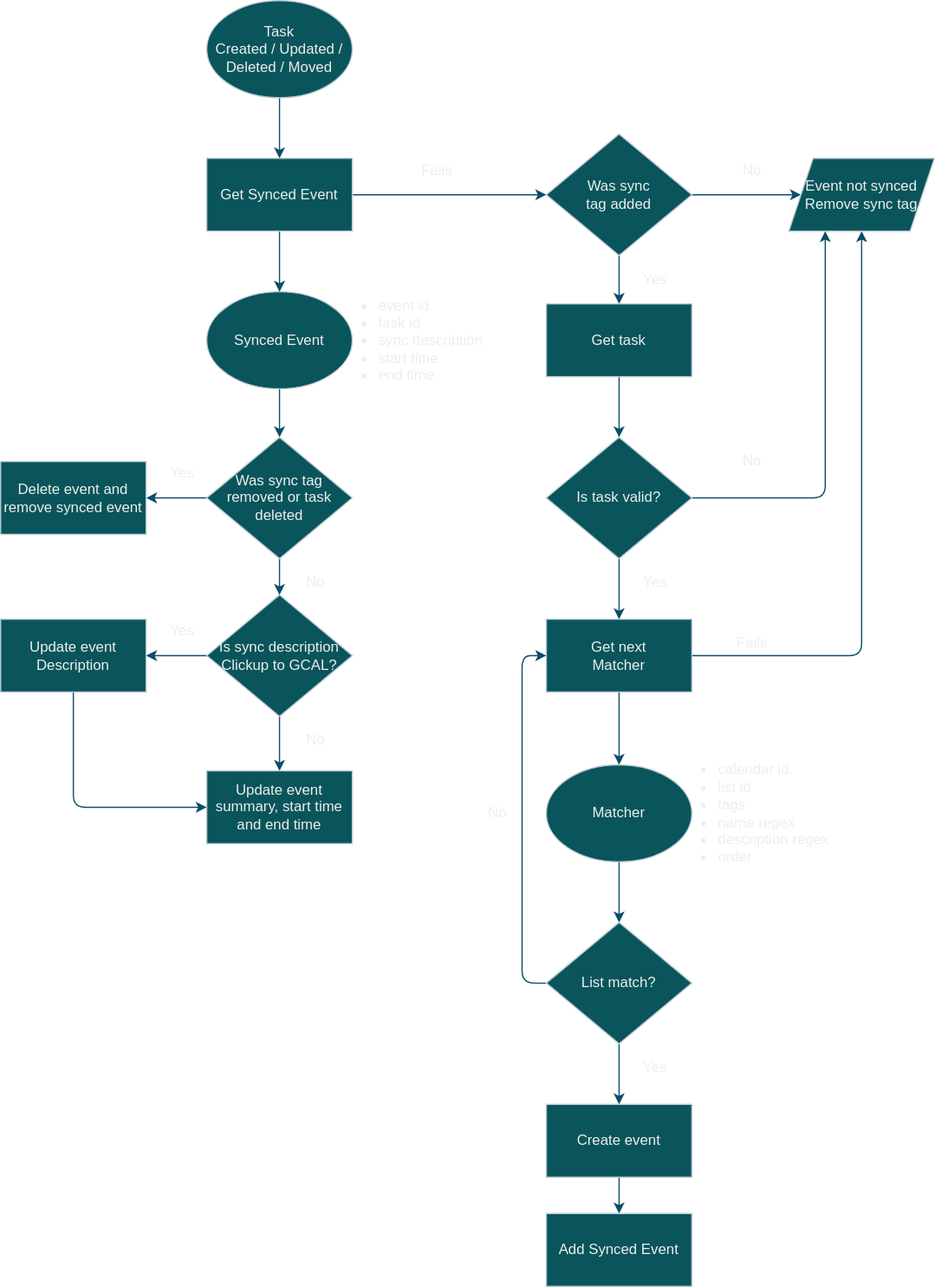
esdandreu/gcal2clickup keeps this draw.io diagram as README/clickup_to_google_calendar.drawio.svg. Above is the earlier version. Source tidied: cells renumbered, new cells last; positions are measured from the earlier drawing's top-left corner, leaving out a move shared by most shapes.
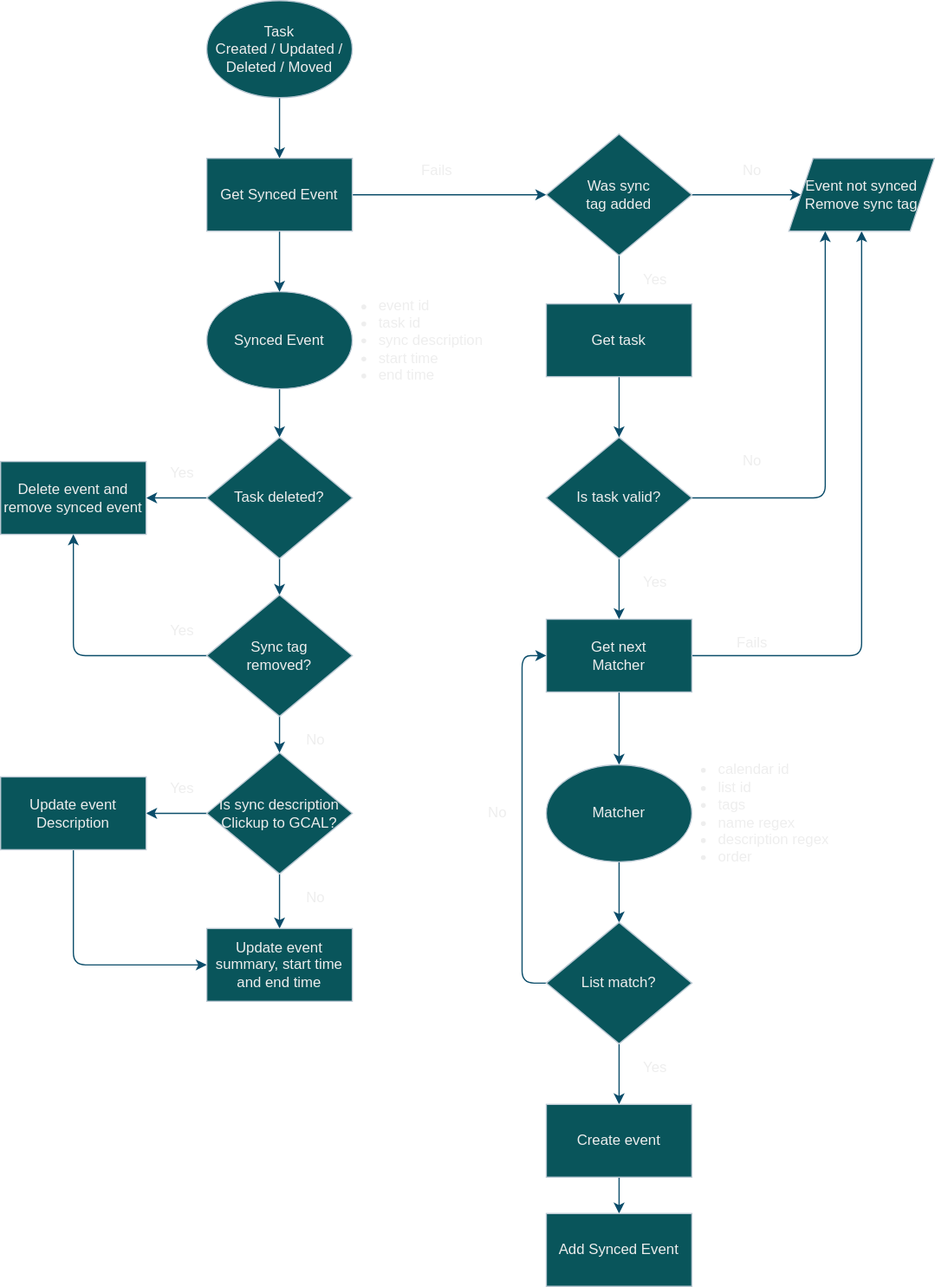
After the change.

Diff of the diagram source:
```diff
@@ -114,34 +114,34 @@
       <mxGeometry relative="1" as="geometry" />
     </mxCell>
     <mxCell id="39" value="Is sync description Clickup to GCAL?" style="rhombus;whiteSpace=wrap;html=1;fillColor=#09555B;strokeColor=#BAC8D3;fontColor=#EEEEEE;" parent="1" vertex="1">
-      <mxGeometry x="170" y="490" width="120" height="100" as="geometry" />
+      <mxGeometry x="170" y="620" width="120" height="100" as="geometry" />
     </mxCell>
     <mxCell id="40" style="edgeStyle=orthogonalEdgeStyle;curved=0;rounded=1;sketch=0;jettySize=auto;html=1;exitX=0.5;exitY=1;exitDx=0;exitDy=0;entryX=0;entryY=0.5;entryDx=0;entryDy=0;strokeColor=#0B4D6A;" parent="1" edge="1" source="41" target="44">
       <mxGeometry relative="1" as="geometry" />
     </mxCell>
     <mxCell id="41" value="Update event Description" style="rounded=0;whiteSpace=wrap;html=1;sketch=0;fillColor=#09555B;strokeColor=#BAC8D3;fontColor=#EEEEEE;" parent="1" vertex="1">
-      <mxGeometry y="510" width="120" height="60" as="geometry" />
+      <mxGeometry y="640" width="120" height="60" as="geometry" />
     </mxCell>
     <mxCell id="42" value="No" style="text;html=1;strokeColor=none;fillColor=none;align=center;verticalAlign=middle;whiteSpace=wrap;rounded=0;sketch=0;fontColor=#EEEEEE;" parent="1" vertex="1">
-      <mxGeometry x="240" y="600" width="40" height="20" as="geometry" />
+      <mxGeometry x="240" y="730" width="40" height="20" as="geometry" />
     </mxCell>
     <mxCell id="43" value="Yes" style="text;html=1;strokeColor=none;fillColor=none;align=center;verticalAlign=middle;whiteSpace=wrap;rounded=0;sketch=0;fontColor=#EEEEEE;" parent="1" vertex="1">
-      <mxGeometry x="130" y="510" width="40" height="20" as="geometry" />
+      <mxGeometry x="130" y="640" width="40" height="20" as="geometry" />
     </mxCell>
     <mxCell id="44" value="Update event summary, start time and end time" style="rounded=0;whiteSpace=wrap;html=1;sketch=0;fillColor=#09555B;strokeColor=#BAC8D3;fontColor=#EEEEEE;" parent="1" vertex="1">
-      <mxGeometry x="170" y="635" width="120" height="60" as="geometry" />
+      <mxGeometry x="170" y="765" width="120" height="60" as="geometry" />
     </mxCell>
     <mxCell id="45" style="edgeStyle=orthogonalEdgeStyle;curved=0;rounded=1;sketch=0;jettySize=auto;html=1;exitX=0;exitY=0.5;exitDx=0;exitDy=0;entryX=1;entryY=0.5;entryDx=0;entryDy=0;strokeColor=#0B4D6A;" parent="1" edge="1" source="47" target="50">
       <mxGeometry relative="1" as="geometry" />
     </mxCell>
-    <mxCell id="46" style="edgeStyle=orthogonalEdgeStyle;curved=0;rounded=1;sketch=0;jettySize=auto;html=1;exitX=0.5;exitY=1;exitDx=0;exitDy=0;entryX=0.5;entryY=0;entryDx=0;entryDy=0;strokeColor=#0B4D6A;" parent="1" edge="1" source="47" target="39">
-      <mxGeometry relative="1" as="geometry" />
-    </mxCell>
+    <mxCell id="53" style="edgeStyle=orthogonalEdgeStyle;curved=0;rounded=1;sketch=0;jettySize=auto;html=1;exitX=0.5;exitY=1;exitDx=0;exitDy=0;entryX=0.5;entryY=0;entryDx=0;entryDy=0;strokeColor=#0B4D6A;" parent="1" edge="1" source="47" target="56">
+      <mxGeometry relative="1" as="geometry" />
+    </mxCell>
-    <mxCell id="47" value="Was sync tag removed or task deleted" style="rhombus;whiteSpace=wrap;html=1;fillColor=#09555B;strokeColor=#BAC8D3;fontColor=#EEEEEE;" parent="1" vertex="1">
+    <mxCell id="47" value="Task deleted?" style="rhombus;whiteSpace=wrap;html=1;fillColor=#09555B;strokeColor=#BAC8D3;fontColor=#EEEEEE;" parent="1" vertex="1">
       <mxGeometry x="170" y="360" width="120" height="100" as="geometry" />
     </mxCell>
     <mxCell id="48" value="No" style="text;html=1;strokeColor=none;fillColor=none;align=center;verticalAlign=middle;whiteSpace=wrap;rounded=0;sketch=0;fontColor=#EEEEEE;" parent="1" vertex="1">
-      <mxGeometry x="240" y="470" width="40" height="20" as="geometry" />
+      <mxGeometry x="240" y="600" width="40" height="20" as="geometry" />
     </mxCell>
     <mxCell id="49" value="Yes" style="text;html=1;strokeColor=none;fillColor=none;align=center;verticalAlign=middle;whiteSpace=wrap;rounded=0;sketch=0;fontColor=#EEEEEE;" parent="1" vertex="1">
       <mxGeometry x="130" y="380" width="40" height="20" as="geometry" />
@@ -155,5 +155,17 @@
     <mxCell id="52" value="Yes" style="text;html=1;strokeColor=none;fillColor=none;align=center;verticalAlign=middle;whiteSpace=wrap;rounded=0;sketch=0;fontColor=#EEEEEE;" parent="1" vertex="1">
       <mxGeometry x="520" y="220" width="40" height="20" as="geometry" />
     </mxCell>
+    <mxCell id="54" style="edgeStyle=orthogonalEdgeStyle;curved=0;rounded=1;sketch=0;jettySize=auto;html=1;exitX=0.5;exitY=1;exitDx=0;exitDy=0;entryX=0.5;entryY=0;entryDx=0;entryDy=0;strokeColor=#0B4D6A;" parent="1" edge="1" source="56" target="39">
+      <mxGeometry relative="1" as="geometry" />
+    </mxCell>
+    <mxCell id="55" style="edgeStyle=orthogonalEdgeStyle;curved=0;rounded=1;sketch=0;jettySize=auto;html=1;exitX=0;exitY=0.5;exitDx=0;exitDy=0;strokeColor=#0B4D6A;" parent="1" edge="1" source="56" target="50">
+      <mxGeometry relative="1" as="geometry" />
+    </mxCell>
+    <mxCell id="56" value="Sync tag&lt;br&gt;removed?" style="rhombus;whiteSpace=wrap;html=1;fillColor=#09555B;strokeColor=#BAC8D3;fontColor=#EEEEEE;" parent="1" vertex="1">
+      <mxGeometry x="170" y="490" width="120" height="100" as="geometry" />
+    </mxCell>
+    <mxCell id="57" value="Yes" style="text;html=1;strokeColor=none;fillColor=none;align=center;verticalAlign=middle;whiteSpace=wrap;rounded=0;sketch=0;fontColor=#EEEEEE;" parent="1" vertex="1">
+      <mxGeometry x="130" y="510" width="40" height="20" as="geometry" />
+    </mxCell>
   </root>
 </mxGraphModel>
```
